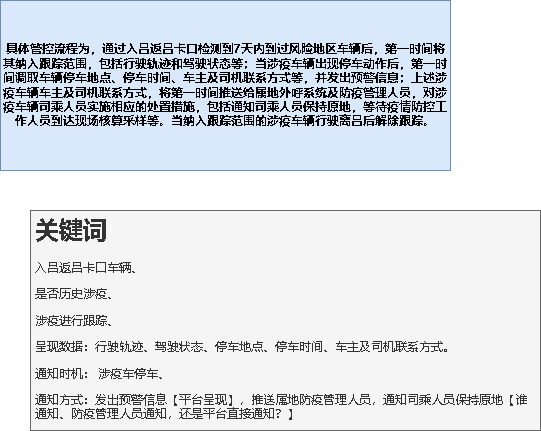
Above: 吕梁疫情防控.drawio.png in xktder/draw (draw.io), before the change. Source tidied: cells renumbered, new cells last; positions are measured from the earlier drawing's top-left corner, leaving out a move shared by most shapes. Its diagram source:
```xml
<mxGraphModel>
  <root>
    <mxCell id="0" />
    <mxCell id="1" parent="0" />
    <mxCell id="2" value="具体管控流程为，通过入吕返吕卡口检测到7天内到过风险地区车辆后，第一时间将其纳入跟踪范围，包括行驶轨迹和驾驶状态等；当涉疫车辆出现停车动作后，第一时间调取车辆停车地点、停车时间、车主及司机联系方式等，并发出预警信息；上述涉疫车辆车主及司机联系方式，将第一时间推送给属地外呼系统及防疫管理人员，对涉疫车辆司乘人员实施相应的处置措施，包括通知司乘人员保持原地，等待疫情防控工作人员到达现场核算采样等。当纳入跟踪范围的涉疫车辆行驶离吕后解除跟踪。" style="rounded=0;whiteSpace=wrap;html=1;fontStyle=1;fillColor=#dae8fc;strokeColor=#6c8ebf;" parent="1" vertex="1">
      <mxGeometry width="450" height="170" as="geometry" />
    </mxCell>
    <mxCell id="3" value="&lt;h1&gt;关键词&lt;/h1&gt;&lt;p&gt;入吕返吕卡口车辆、&lt;/p&gt;&lt;p&gt;是否历史涉疫、&lt;/p&gt;&lt;p&gt;涉疫进行跟踪、&lt;/p&gt;&lt;p&gt;呈现数据：行驶轨迹、驾驶状态、停车地点、停车时间、车主及司机联系方式。&lt;/p&gt;&lt;p&gt;通知时机： 涉疫车停车、&lt;/p&gt;&lt;p&gt;通知方式：发出预警信息【平台呈现】，推送属地防疫管理人员，通知司乘人员保持原地【谁通知、防疫管理人员通知，还是平台直接通知？】&lt;/p&gt;&lt;p&gt;取消跟踪：车辆驶离吕。&lt;/p&gt;" style="text;html=1;strokeColor=#666666;fillColor=#f5f5f5;spacing=5;spacingTop=-20;whiteSpace=wrap;overflow=hidden;rounded=0;fontColor=#333333;" parent="1" vertex="1">
      <mxGeometry x="30" y="210" width="510" height="220" as="geometry" />
    </mxCell>
  </root>
</mxGraphModel>
```
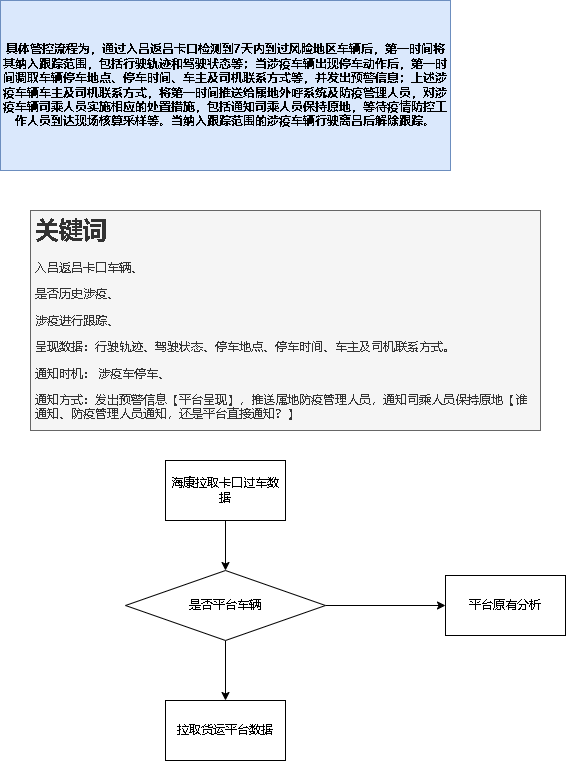
The same diagram one commit later.

Commit message:
更新吕梁疫情防控.drawio.png

Change to the diagram source:
```diff
@@ -8,5 +8,26 @@
     <mxCell id="3" value="&lt;h1&gt;关键词&lt;/h1&gt;&lt;p&gt;入吕返吕卡口车辆、&lt;/p&gt;&lt;p&gt;是否历史涉疫、&lt;/p&gt;&lt;p&gt;涉疫进行跟踪、&lt;/p&gt;&lt;p&gt;呈现数据：行驶轨迹、驾驶状态、停车地点、停车时间、车主及司机联系方式。&lt;/p&gt;&lt;p&gt;通知时机： 涉疫车停车、&lt;/p&gt;&lt;p&gt;通知方式：发出预警信息【平台呈现】，推送属地防疫管理人员，通知司乘人员保持原地【谁通知、防疫管理人员通知，还是平台直接通知？】&lt;/p&gt;&lt;p&gt;取消跟踪：车辆驶离吕。&lt;/p&gt;" style="text;html=1;strokeColor=#666666;fillColor=#f5f5f5;spacing=5;spacingTop=-20;whiteSpace=wrap;overflow=hidden;rounded=0;fontColor=#333333;" parent="1" vertex="1">
       <mxGeometry x="30" y="210" width="510" height="220" as="geometry" />
     </mxCell>
+    <mxCell id="4" style="edgeStyle=orthogonalEdgeStyle;rounded=0;jettySize=auto;html=1;" parent="1" edge="1" source="6" target="9">
+      <mxGeometry relative="1" as="geometry" />
+    </mxCell>
+    <mxCell id="5" style="edgeStyle=orthogonalEdgeStyle;rounded=0;jettySize=auto;html=1;" parent="1" edge="1" source="6" target="10">
+      <mxGeometry relative="1" as="geometry" />
+    </mxCell>
+    <mxCell id="6" value="是否平台车辆" style="rhombus;whiteSpace=wrap;html=1;" parent="1" vertex="1">
+      <mxGeometry x="125" y="570" width="200" height="70" as="geometry" />
+    </mxCell>
+    <mxCell id="7" style="edgeStyle=orthogonalEdgeStyle;rounded=0;jettySize=auto;html=1;entryX=0.5;entryY=0;entryDx=0;entryDy=0;" parent="1" edge="1" source="8" target="6">
+      <mxGeometry relative="1" as="geometry" />
+    </mxCell>
+    <mxCell id="8" value="海康拉取卡口过车数据" style="rounded=0;whiteSpace=wrap;html=1;" parent="1" vertex="1">
+      <mxGeometry x="165" y="460" width="120" height="60" as="geometry" />
+    </mxCell>
+    <mxCell id="9" value="平台原有分析" style="whiteSpace=wrap;html=1;" parent="1" vertex="1">
+      <mxGeometry x="445" y="575" width="120" height="60" as="geometry" />
+    </mxCell>
+    <mxCell id="10" value="拉取货运平台数据" style="whiteSpace=wrap;html=1;" parent="1" vertex="1">
+      <mxGeometry x="165" y="700" width="120" height="60" as="geometry" />
+    </mxCell>
   </root>
 </mxGraphModel>
```
